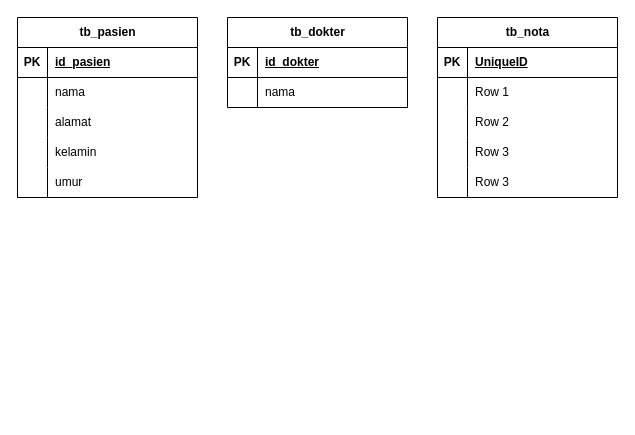
This is lrs/lrss.drawio from DemoNicky/logic-test, a draw.io file, before an edit. Source tidied: cells renumbered, new cells numbered last; positions are measured from the earlier drawing's top-left corner, leaving out a move shared by most shapes. Both pictures are drawn from the tidied source at 100%, with x=0, y=0 at pixel (17, 17).
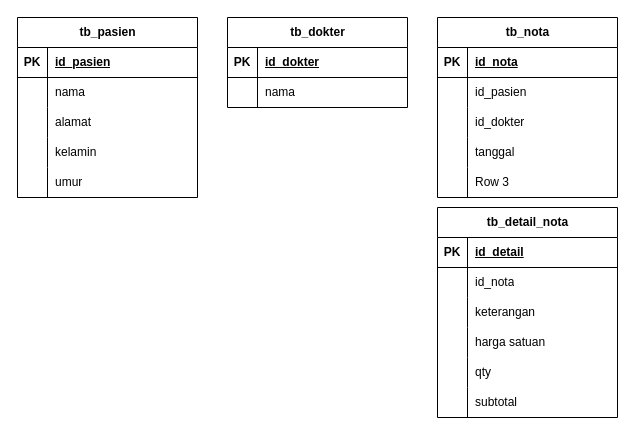
After the change.

The change refers to these unchanged cells:
```xml
<mxCell id="26" style="shape=tableRow;horizontal=0;startSize=0;swimlaneHead=0;swimlaneBody=0;fillColor=none;top=0;left=0;right=0;bottom=1;" parent="25" vertex="1">
  <mxGeometry y="30" width="180" height="30" as="geometry" />
</mxCell>
<mxCell id="29" style="shape=tableRow;horizontal=0;startSize=0;swimlaneHead=0;swimlaneBody=0;fillColor=none;top=0;left=0;right=0;bottom=0;" parent="25" vertex="1">
  <mxGeometry y="60" width="180" height="30" as="geometry" />
</mxCell>
<mxCell id="32" style="shape=tableRow;horizontal=0;startSize=0;swimlaneHead=0;swimlaneBody=0;fillColor=none;top=0;left=0;right=0;bottom=0;" parent="25" vertex="1">
  <mxGeometry y="90" width="180" height="30" as="geometry" />
</mxCell>
<mxCell id="35" style="shape=tableRow;horizontal=0;startSize=0;swimlaneHead=0;swimlaneBody=0;fillColor=none;top=0;left=0;right=0;bottom=0;" parent="25" vertex="1">
  <mxGeometry y="120" width="180" height="30" as="geometry" />
</mxCell>
```

The edit, as a diff of the source:
```diff
@@
-    <mxCell id="28" value="UniqueID" style="shape=partialRectangle;fillColor=none;top=0;left=0;bottom=0;right=0;align=left;spacingLeft=6;fontStyle=5;overflow=hidden;whiteSpace=wrap;html=1;" parent="26" vertex="1">
+    <mxCell id="28" value="id_nota" style="shape=partialRectangle;fillColor=none;top=0;left=0;bottom=0;right=0;align=left;spacingLeft=6;fontStyle=5;overflow=hidden;whiteSpace=wrap;html=1;" parent="26" vertex="1">
       <mxGeometry x="30" width="150" height="30" as="geometry" />
     </mxCell>
@@
-    <mxCell id="31" value="Row 1" style="shape=partialRectangle;fillColor=none;top=0;left=0;bottom=0;right=0;align=left;spacingLeft=6;overflow=hidden;whiteSpace=wrap;html=1;" parent="29" vertex="1">
+    <mxCell id="31" value="id_pasien" style="shape=partialRectangle;fillColor=none;top=0;left=0;bottom=0;right=0;align=left;spacingLeft=6;overflow=hidden;whiteSpace=wrap;html=1;" parent="29" vertex="1">
       <mxGeometry x="30" width="150" height="30" as="geometry" />
     </mxCell>
@@
-    <mxCell id="34" value="Row 2" style="shape=partialRectangle;fillColor=none;top=0;left=0;bottom=0;right=0;align=left;spacingLeft=6;overflow=hidden;whiteSpace=wrap;html=1;" parent="32" vertex="1">
+    <mxCell id="34" value="id_dokter" style="shape=partialRectangle;fillColor=none;top=0;left=0;bottom=0;right=0;align=left;spacingLeft=6;overflow=hidden;whiteSpace=wrap;html=1;" parent="32" vertex="1">
       <mxGeometry x="30" width="150" height="30" as="geometry" />
     </mxCell>
@@
-    <mxCell id="37" value="Row 3" style="shape=partialRectangle;fillColor=none;top=0;left=0;bottom=0;right=0;align=left;spacingLeft=6;overflow=hidden;whiteSpace=wrap;html=1;" parent="35" vertex="1">
+    <mxCell id="37" value="tanggal" style="shape=partialRectangle;fillColor=none;top=0;left=0;bottom=0;right=0;align=left;spacingLeft=6;overflow=hidden;whiteSpace=wrap;html=1;" parent="35" vertex="1">
       <mxGeometry x="30" width="150" height="30" as="geometry" />
     </mxCell>
@@
+    <mxCell id="41" value="tb_detail_nota" style="shape=table;startSize=30;childLayout=tableLayout;rowLines=0;fontStyle=1;align=center;html=1;" parent="1" vertex="1">
+      <mxGeometry x="420" y="190" width="180" height="210" as="geometry" />
+    </mxCell>
+    <mxCell id="42" style="shape=tableRow;horizontal=0;startSize=0;swimlaneHead=0;swimlaneBody=0;fillColor=none;top=0;left=0;right=0;bottom=1;" parent="41" vertex="1">
+      <mxGeometry y="30" width="180" height="30" as="geometry" />
+    </mxCell>
+    <mxCell id="43" value="PK" style="shape=partialRectangle;fillColor=none;top=0;left=0;bottom=0;right=0;fontStyle=1;overflow=hidden;whiteSpace=wrap;html=1;" parent="42" vertex="1">
+      <mxGeometry width="30" height="30" as="geometry" />
+    </mxCell>
+    <mxCell id="44" value="id_detail" style="shape=partialRectangle;fillColor=none;top=0;left=0;bottom=0;right=0;align=left;spacingLeft=6;fontStyle=5;overflow=hidden;whiteSpace=wrap;html=1;" parent="42" vertex="1">
+      <mxGeometry x="30" width="150" height="30" as="geometry" />
+    </mxCell>
+    <mxCell id="45" style="shape=tableRow;horizontal=0;startSize=0;swimlaneHead=0;swimlaneBody=0;fillColor=none;top=0;left=0;right=0;bottom=0;" parent="41" vertex="1">
+      <mxGeometry y="60" width="180" height="30" as="geometry" />
+    </mxCell>
+    <mxCell id="46" style="shape=partialRectangle;fillColor=none;top=0;left=0;bottom=0;right=0;overflow=hidden;whiteSpace=wrap;html=1;" parent="45" vertex="1">
+      <mxGeometry width="30" height="30" as="geometry" />
+    </mxCell>
+    <mxCell id="47" value="id_nota" style="shape=partialRectangle;fillColor=none;top=0;left=0;bottom=0;right=0;align=left;spacingLeft=6;overflow=hidden;whiteSpace=wrap;html=1;" parent="45" vertex="1">
+      <mxGeometry x="30" width="150" height="30" as="geometry" />
+    </mxCell>
+    <mxCell id="48" style="shape=tableRow;horizontal=0;startSize=0;swimlaneHead=0;swimlaneBody=0;fillColor=none;top=0;left=0;right=0;bottom=0;" parent="41" vertex="1">
+      <mxGeometry y="90" width="180" height="30" as="geometry" />
+    </mxCell>
+    <mxCell id="49" style="shape=partialRectangle;fillColor=none;top=0;left=0;bottom=0;right=0;overflow=hidden;whiteSpace=wrap;html=1;" parent="48" vertex="1">
+      <mxGeometry width="30" height="30" as="geometry" />
+    </mxCell>
+    <mxCell id="50" value="keterangan" style="shape=partialRectangle;fillColor=none;top=0;left=0;bottom=0;right=0;align=left;spacingLeft=6;overflow=hidden;whiteSpace=wrap;html=1;" parent="48" vertex="1">
+      <mxGeometry x="30" width="150" height="30" as="geometry" />
+    </mxCell>
+    <mxCell id="51" style="shape=tableRow;horizontal=0;startSize=0;swimlaneHead=0;swimlaneBody=0;fillColor=none;top=0;left=0;right=0;bottom=0;" parent="41" vertex="1">
+      <mxGeometry y="120" width="180" height="30" as="geometry" />
+    </mxCell>
+    <mxCell id="52" style="shape=partialRectangle;fillColor=none;top=0;left=0;bottom=0;right=0;overflow=hidden;whiteSpace=wrap;html=1;" parent="51" vertex="1">
+      <mxGeometry width="30" height="30" as="geometry" />
+    </mxCell>
+    <mxCell id="53" value="harga satuan" style="shape=partialRectangle;fillColor=none;top=0;left=0;bottom=0;right=0;align=left;spacingLeft=6;overflow=hidden;whiteSpace=wrap;html=1;" parent="51" vertex="1">
+      <mxGeometry x="30" width="150" height="30" as="geometry" />
+    </mxCell>
+    <mxCell id="54" style="shape=tableRow;horizontal=0;startSize=0;swimlaneHead=0;swimlaneBody=0;fillColor=none;top=0;left=0;right=0;bottom=0;" parent="41" vertex="1">
+      <mxGeometry y="150" width="180" height="30" as="geometry" />
+    </mxCell>
+    <mxCell id="55" style="shape=partialRectangle;fillColor=none;top=0;left=0;bottom=0;right=0;overflow=hidden;whiteSpace=wrap;html=1;" parent="54" vertex="1">
+      <mxGeometry width="30" height="30" as="geometry" />
+    </mxCell>
+    <mxCell id="56" value="qty" style="shape=partialRectangle;fillColor=none;top=0;left=0;bottom=0;right=0;align=left;spacingLeft=6;overflow=hidden;whiteSpace=wrap;html=1;" parent="54" vertex="1">
+      <mxGeometry x="30" width="150" height="30" as="geometry" />
+    </mxCell>
+    <mxCell id="57" style="shape=tableRow;horizontal=0;startSize=0;swimlaneHead=0;swimlaneBody=0;fillColor=none;top=0;left=0;right=0;bottom=0;" parent="41" vertex="1">
+      <mxGeometry y="180" width="180" height="30" as="geometry" />
+    </mxCell>
+    <mxCell id="58" style="shape=partialRectangle;fillColor=none;top=0;left=0;bottom=0;right=0;overflow=hidden;whiteSpace=wrap;html=1;" parent="57" vertex="1">
+      <mxGeometry width="30" height="30" as="geometry" />
+    </mxCell>
+    <mxCell id="59" value="subtotal" style="shape=partialRectangle;fillColor=none;top=0;left=0;bottom=0;right=0;align=left;spacingLeft=6;overflow=hidden;whiteSpace=wrap;html=1;" parent="57" vertex="1">
+      <mxGeometry x="30" width="150" height="30" as="geometry" />
+    </mxCell>
```
